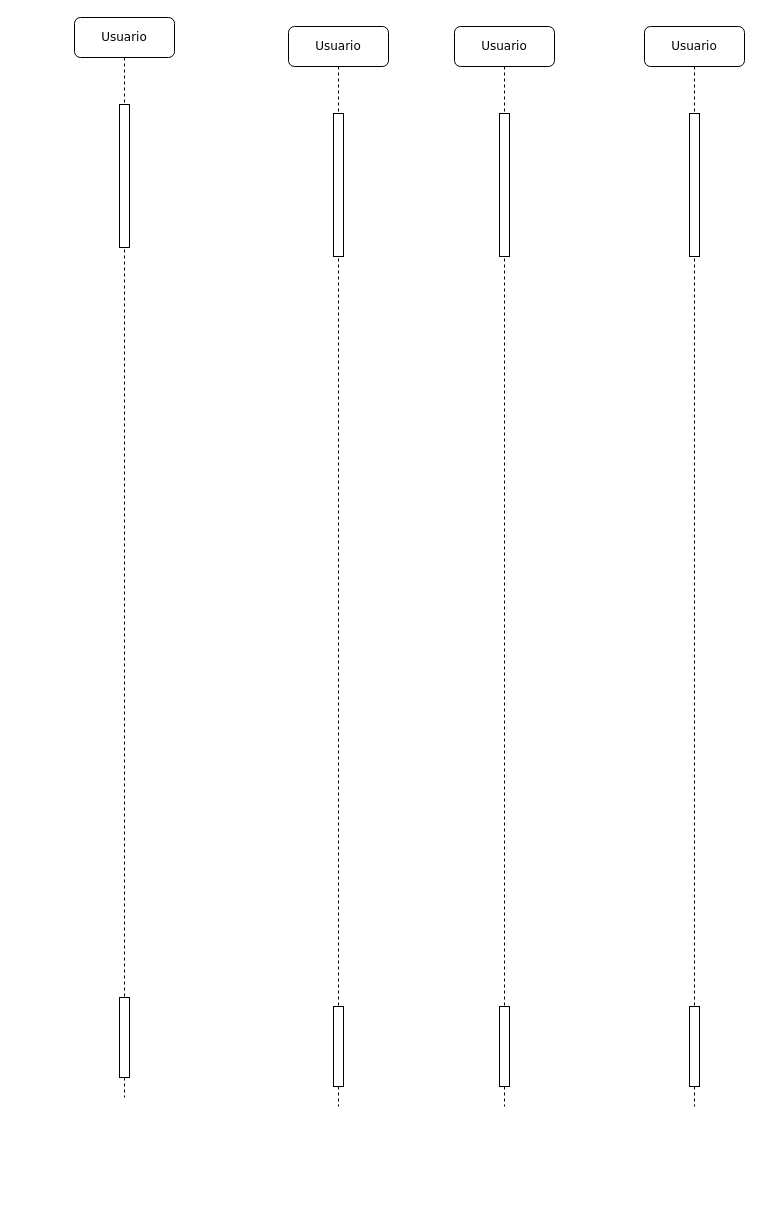
Before: page "Página-2" (2 of 2) of Diagramas secuencia/ secuencia_modulo_entes.drawio in MirroringCode/diagramas-del-csm, a draw.io diagram. Source tidied: cells renumbered, new cells numbered last; positions are measured from the earlier drawing's top-left corner, leaving out a move shared by most shapes. Both pictures are drawn from the tidied source at 100%, with x=0, y=0 at pixel (74, 17).
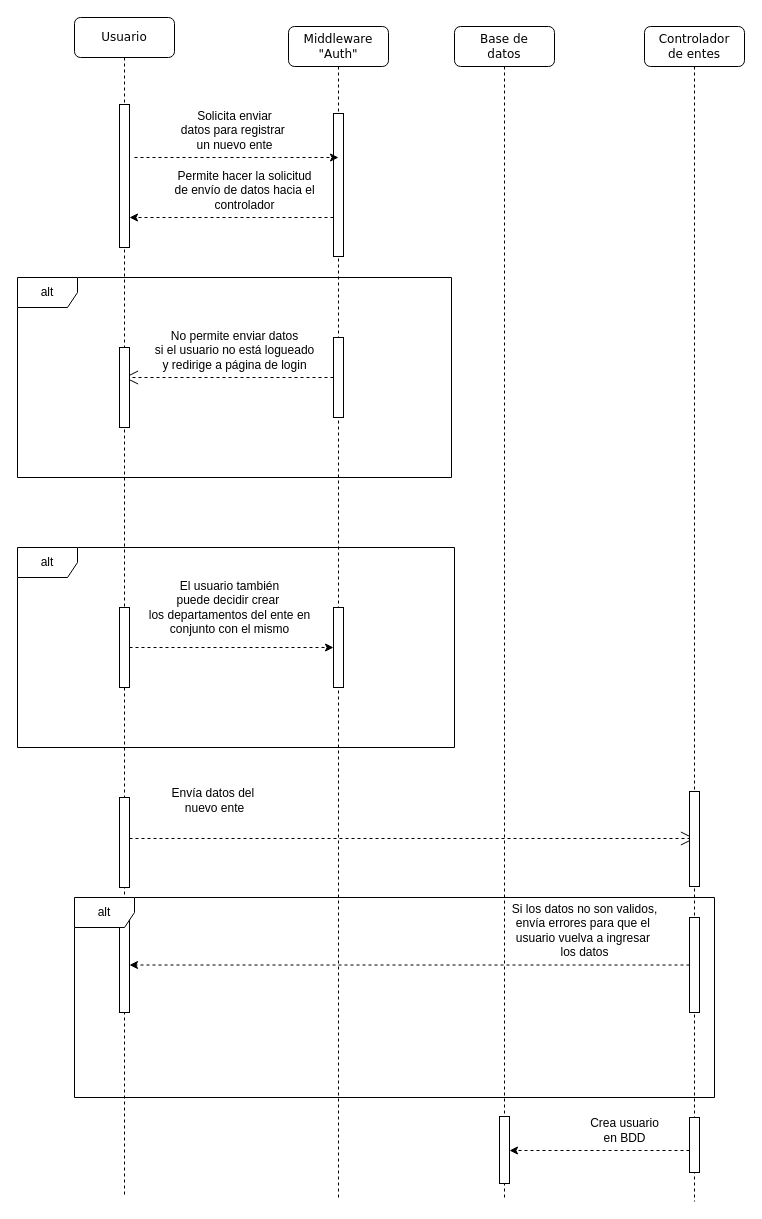
Above is the later version.

Commit message:
[actualizar] agregado secuencia creacion ente  secuencia_modulo_entes.drawio

What changed in the source:
```diff
@@
     <mxCell id="2" value="Usuario" style="shape=umlLifeline;perimeter=lifelinePerimeter;whiteSpace=wrap;html=1;outlineConnect=0;rounded=1;shadow=0;comic=0;labelBackgroundColor=none;strokeWidth=1;fontFamily=Verdana;fontSize=12;align=center;" parent="1" vertex="1">
-      <mxGeometry width="100" height="1080" as="geometry" />
+      <mxGeometry width="100" height="1180" as="geometry" />
     </mxCell>
@@
-    <mxCell id="5" style="html=1;perimeter=orthogonalPerimeter;targetShapes=umlLifeline;newEdgeStyle={&quot;curved&quot;:0,&quot;rounded&quot;:0};" parent="2" vertex="1">
-      <mxGeometry x="45" y="980" width="10" height="80" as="geometry" />
-    </mxCell>
+    <mxCell id="18" style="html=1;perimeter=orthogonalPerimeter;targetShapes=umlLifeline;newEdgeStyle={&quot;curved&quot;:0,&quot;rounded&quot;:0};" parent="2" vertex="1">
+      <mxGeometry x="45" y="780" width="10" height="90" as="geometry" />
+    </mxCell>
+    <mxCell id="19" style="html=1;points=[[0,0,0,0,5],[0,1,0,0,-5],[1,0,0,0,5],[1,1,0,0,-5]];perimeter=orthogonalPerimeter;outlineConnect=0;targetShapes=umlLifeline;portConstraint=eastwest;newEdgeStyle={&quot;curved&quot;:0,&quot;rounded&quot;:0};" parent="2" vertex="1">
+      <mxGeometry x="45" y="900" width="10" height="95" as="geometry" />
+    </mxCell>
-    <mxCell id="6" value="Usuario" style="shape=umlLifeline;perimeter=lifelinePerimeter;whiteSpace=wrap;html=1;outlineConnect=0;rounded=1;shadow=0;comic=0;labelBackgroundColor=none;strokeWidth=1;fontFamily=Verdana;fontSize=12;align=center;" parent="1" vertex="1">
-      <mxGeometry x="214" y="9" width="100" height="1080" as="geometry" />
+    <mxCell id="6" value="Middleware&lt;div&gt;&quot;Auth&quot;&lt;/div&gt;" style="shape=umlLifeline;perimeter=lifelinePerimeter;whiteSpace=wrap;html=1;outlineConnect=0;rounded=1;shadow=0;comic=0;labelBackgroundColor=none;strokeWidth=1;fontFamily=Verdana;fontSize=12;align=center;" parent="1" vertex="1">
+      <mxGeometry x="214" y="9" width="100" height="1171" as="geometry" />
     </mxCell>
@@
-    <mxCell id="9" style="html=1;perimeter=orthogonalPerimeter;targetShapes=umlLifeline;newEdgeStyle={&quot;curved&quot;:0,&quot;rounded&quot;:0};" parent="6" vertex="1">
-      <mxGeometry x="45" y="980" width="10" height="80" as="geometry" />
-    </mxCell>
-    <mxCell id="10" value="Usuario" style="shape=umlLifeline;perimeter=lifelinePerimeter;whiteSpace=wrap;html=1;outlineConnect=0;rounded=1;shadow=0;comic=0;labelBackgroundColor=none;strokeWidth=1;fontFamily=Verdana;fontSize=12;align=center;" parent="1" vertex="1">
-      <mxGeometry x="380" y="9" width="100" height="1080" as="geometry" />
+    <mxCell id="10" value="Base de&lt;div&gt;datos&lt;/div&gt;" style="shape=umlLifeline;perimeter=lifelinePerimeter;whiteSpace=wrap;html=1;outlineConnect=0;rounded=1;shadow=0;comic=0;labelBackgroundColor=none;strokeWidth=1;fontFamily=Verdana;fontSize=12;align=center;" parent="1" vertex="1">
+      <mxGeometry x="380" y="9" width="100" height="1171" as="geometry" />
     </mxCell>
-    <mxCell id="11" style="html=1;points=[[0,0,0,0,5],[0,1,0,0,-5],[1,0,0,0,5],[1,1,0,0,-5]];perimeter=orthogonalPerimeter;outlineConnect=0;targetShapes=umlLifeline;portConstraint=eastwest;newEdgeStyle={&quot;curved&quot;:0,&quot;rounded&quot;:0};" parent="10" vertex="1">
-      <mxGeometry x="45" y="87" width="10" height="143" as="geometry" />
-    </mxCell>
-    <mxCell id="12" style="endArrow=classic;html=1;rounded=0;dashed=1;" parent="10" edge="1" source="11" target="10">
-      <mxGeometry relative="1" as="geometry" />
+    <mxCell id="12" style="endArrow=classic;html=1;rounded=0;dashed=1;" parent="10" edge="1" target="10">
+      <mxGeometry relative="1" as="geometry">
+        <mxPoint x="49.5" y="158.5" as="sourcePoint" />
+      </mxGeometry>
     </mxCell>
-    <mxCell id="13" style="html=1;perimeter=orthogonalPerimeter;targetShapes=umlLifeline;newEdgeStyle={&quot;curved&quot;:0,&quot;rounded&quot;:0};" parent="10" vertex="1">
-      <mxGeometry x="45" y="980" width="10" height="80" as="geometry" />
-    </mxCell>
+    <mxCell id="20" style="endArrow=open;endFill=1;endSize=12;html=1;rounded=0;dashed=1;" parent="10" edge="1">
+      <mxGeometry relative="1" as="geometry">
+        <mxPoint x="-325" y="812" as="sourcePoint" />
+        <mxPoint x="240.5" y="812" as="targetPoint" />
+      </mxGeometry>
+    </mxCell>
+    <mxCell id="21" style="html=1;points=[[0,0,0,0,5],[0,1,0,0,-5],[1,0,0,0,5],[1,1,0,0,-5]];perimeter=orthogonalPerimeter;outlineConnect=0;targetShapes=umlLifeline;portConstraint=eastwest;newEdgeStyle={&quot;curved&quot;:0,&quot;rounded&quot;:0};" parent="10" vertex="1">
+      <mxGeometry x="45" y="1090" width="10" height="67" as="geometry" />
+    </mxCell>
-    <mxCell id="14" value="Usuario" style="shape=umlLifeline;perimeter=lifelinePerimeter;whiteSpace=wrap;html=1;outlineConnect=0;rounded=1;shadow=0;comic=0;labelBackgroundColor=none;strokeWidth=1;fontFamily=Verdana;fontSize=12;align=center;" parent="1" vertex="1">
-      <mxGeometry x="570" y="9" width="100" height="1080" as="geometry" />
+    <mxCell id="14" value="Controlador&lt;div&gt;de entes&lt;/div&gt;" style="shape=umlLifeline;perimeter=lifelinePerimeter;whiteSpace=wrap;html=1;outlineConnect=0;rounded=1;shadow=0;comic=0;labelBackgroundColor=none;strokeWidth=1;fontFamily=Verdana;fontSize=12;align=center;" parent="1" vertex="1">
+      <mxGeometry x="570" y="9" width="100" height="1175" as="geometry" />
     </mxCell>
     <mxCell id="15" style="html=1;points=[[0,0,0,0,5],[0,1,0,0,-5],[1,0,0,0,5],[1,1,0,0,-5]];perimeter=orthogonalPerimeter;outlineConnect=0;targetShapes=umlLifeline;portConstraint=eastwest;newEdgeStyle={&quot;curved&quot;:0,&quot;rounded&quot;:0};" parent="14" vertex="1">
-      <mxGeometry x="45" y="87" width="10" height="143" as="geometry" />
+      <mxGeometry x="45" y="765" width="10" height="95" as="geometry" />
     </mxCell>
@@
-    <mxCell id="17" style="html=1;perimeter=orthogonalPerimeter;targetShapes=umlLifeline;newEdgeStyle={&quot;curved&quot;:0,&quot;rounded&quot;:0};" parent="14" vertex="1">
-      <mxGeometry x="45" y="980" width="10" height="80" as="geometry" />
-    </mxCell>
+    <mxCell id="22" style="html=1;points=[[0,0,0,0,5],[0,1,0,0,-5],[1,0,0,0,5],[1,1,0,0,-5]];perimeter=orthogonalPerimeter;outlineConnect=0;targetShapes=umlLifeline;portConstraint=eastwest;newEdgeStyle={&quot;curved&quot;:0,&quot;rounded&quot;:0};" parent="14" vertex="1">
+      <mxGeometry x="45" y="891" width="10" height="95" as="geometry" />
+    </mxCell>
+    <mxCell id="23" style="html=1;points=[[0,0,0,0,5],[0,1,0,0,-5],[1,0,0,0,5],[1,1,0,0,-5]];perimeter=orthogonalPerimeter;outlineConnect=0;targetShapes=umlLifeline;portConstraint=eastwest;newEdgeStyle={&quot;curved&quot;:0,&quot;rounded&quot;:0};" parent="14" vertex="1">
+      <mxGeometry x="45" y="1091" width="10" height="55" as="geometry" />
+    </mxCell>
+    <mxCell id="24" style="edgeStyle=orthogonalEdgeStyle;rounded=0;orthogonalLoop=1;jettySize=auto;html=1;curved=0;dashed=1;" parent="1" edge="1">
+      <mxGeometry relative="1" as="geometry">
+        <mxPoint x="60" y="140" as="sourcePoint" />
+        <mxPoint x="264" y="140" as="targetPoint" />
+        <Array as="points">
+          <mxPoint x="205" y="140.5" />
+          <mxPoint x="205" y="140.5" />
+        </Array>
+      </mxGeometry>
+    </mxCell>
+    <mxCell id="25" value="Solicita enviar&lt;div&gt;datos para registrar&amp;nbsp;&lt;/div&gt;&lt;div&gt;un nuevo ente&lt;/div&gt;" style="text;html=1;align=center;verticalAlign=middle;strokeColor=none;fillColor=none;" parent="1" vertex="1">
+      <mxGeometry x="95" y="83" width="130" height="60" as="geometry" />
+    </mxCell>
+    <mxCell id="26" style="edgeStyle=orthogonalEdgeStyle;rounded=0;orthogonalLoop=1;jettySize=auto;html=1;curved=0;dashed=1;" parent="1" edge="1">
+      <mxGeometry relative="1" as="geometry">
+        <mxPoint x="259" y="200" as="sourcePoint" />
+        <mxPoint x="55" y="200" as="targetPoint" />
+        <Array as="points">
+          <mxPoint x="110" y="200.5" />
+          <mxPoint x="110" y="200.5" />
+        </Array>
+      </mxGeometry>
+    </mxCell>
+    <mxCell id="27" value="Permite hacer la solicitud&lt;div&gt;de envío de datos hacia el&lt;/div&gt;&lt;div&gt;controlador&lt;/div&gt;" style="text;html=1;align=center;verticalAlign=middle;strokeColor=none;fillColor=none;" parent="1" vertex="1">
+      <mxGeometry x="90" y="143" width="160" height="60" as="geometry" />
+    </mxCell>
+    <mxCell id="28" value="alt" style="shape=umlFrame;whiteSpace=wrap;html=1;" parent="1" vertex="1">
+      <mxGeometry x="-57" y="260" width="434" height="200" as="geometry" />
+    </mxCell>
+    <mxCell id="29" style="html=1;points=[[0,0,0,0,5],[0,1,0,0,-5],[1,0,0,0,5],[1,1,0,0,-5]];perimeter=orthogonalPerimeter;outlineConnect=0;targetShapes=umlLifeline;portConstraint=eastwest;newEdgeStyle={&quot;curved&quot;:0,&quot;rounded&quot;:0};" parent="1" vertex="1">
+      <mxGeometry x="259" y="320" width="10" height="80" as="geometry" />
+    </mxCell>
+    <mxCell id="30" style="endArrow=open;endFill=1;endSize=12;html=1;rounded=0;dashed=1;" parent="1" edge="1" source="29" target="2">
+      <mxGeometry relative="1" as="geometry" />
+    </mxCell>
+    <mxCell id="31" value="No permite enviar datos&lt;div&gt;si el usuario no está logueado&lt;/div&gt;&lt;div&gt;y redirige a página de login&lt;/div&gt;" style="text;html=1;align=center;verticalAlign=middle;strokeColor=none;fillColor=none;" parent="1" vertex="1">
+      <mxGeometry x="70" y="303" width="180" height="60" as="geometry" />
+    </mxCell>
+    <mxCell id="32" value="alt" style="shape=umlFrame;whiteSpace=wrap;html=1;" parent="1" vertex="1">
+      <mxGeometry x="-57" y="530" width="437" height="200" as="geometry" />
+    </mxCell>
+    <mxCell id="33" style="html=1;perimeter=orthogonalPerimeter;targetShapes=umlLifeline;newEdgeStyle={&quot;curved&quot;:0,&quot;rounded&quot;:0};" parent="1" vertex="1">
+      <mxGeometry x="45" y="330" width="10" height="80" as="geometry" />
+    </mxCell>
+    <mxCell id="34" style="edgeStyle=orthogonalEdgeStyle;rounded=0;jettySize=auto;html=1;curved=0;dashed=1;" parent="1" edge="1" source="35" target="36">
+      <mxGeometry relative="1" as="geometry" />
+    </mxCell>
+    <mxCell id="35" style="html=1;points=[[0,0,0,0,5],[0,1,0,0,-5],[1,0,0,0,5],[1,1,0,0,-5]];perimeter=orthogonalPerimeter;outlineConnect=0;targetShapes=umlLifeline;portConstraint=eastwest;newEdgeStyle={&quot;curved&quot;:0,&quot;rounded&quot;:0};" parent="1" vertex="1">
+      <mxGeometry x="45" y="590" width="10" height="80" as="geometry" />
+    </mxCell>
+    <mxCell id="36" style="html=1;points=[[0,0,0,0,5],[0,1,0,0,-5],[1,0,0,0,5],[1,1,0,0,-5]];perimeter=orthogonalPerimeter;outlineConnect=0;targetShapes=umlLifeline;portConstraint=eastwest;newEdgeStyle={&quot;curved&quot;:0,&quot;rounded&quot;:0};" parent="1" vertex="1">
+      <mxGeometry x="259" y="590" width="10" height="80" as="geometry" />
+    </mxCell>
+    <mxCell id="37" value="El usuario también&lt;div&gt;puede decidir crear&amp;nbsp;&lt;/div&gt;&lt;div&gt;los departamentos del ente en&lt;/div&gt;&lt;div&gt;conjunto con el mismo&lt;/div&gt;" style="text;html=1;align=center;verticalAlign=middle;strokeColor=none;fillColor=none;" parent="1" vertex="1">
+      <mxGeometry x="65" y="555" width="180" height="70" as="geometry" />
+    </mxCell>
+    <mxCell id="38" value="Envía datos del&amp;nbsp;&lt;div&gt;nuevo ente&lt;/div&gt;" style="text;html=1;align=center;verticalAlign=middle;strokeColor=none;fillColor=none;" parent="1" vertex="1">
+      <mxGeometry x="85" y="763" width="110" height="40" as="geometry" />
+    </mxCell>
+    <mxCell id="39" value="alt" style="shape=umlFrame;whiteSpace=wrap;html=1;" parent="1" vertex="1">
+      <mxGeometry y="880" width="640" height="200" as="geometry" />
+    </mxCell>
+    <mxCell id="40" style="edgeStyle=orthogonalEdgeStyle;rounded=0;jettySize=auto;html=1;curved=0;dashed=1;" parent="1" edge="1" source="22" target="19">
+      <mxGeometry relative="1" as="geometry" />
+    </mxCell>
+    <mxCell id="41" value="Si los datos no son validos,&lt;div&gt;envía errores para que el&amp;nbsp;&lt;/div&gt;&lt;div&gt;usuario vuelva a ingresar&amp;nbsp;&lt;/div&gt;&lt;div&gt;los datos&lt;/div&gt;" style="text;html=1;align=center;verticalAlign=middle;strokeColor=none;fillColor=none;" parent="1" vertex="1">
+      <mxGeometry x="425" y="878" width="170" height="70" as="geometry" />
+    </mxCell>
+    <mxCell id="42" style="edgeStyle=orthogonalEdgeStyle;rounded=0;jettySize=auto;html=1;curved=0;dashed=1;" parent="1" edge="1" source="23" target="21">
+      <mxGeometry relative="1" as="geometry">
+        <Array as="points">
+          <mxPoint x="570" y="1133" />
+          <mxPoint x="570" y="1133" />
+        </Array>
+      </mxGeometry>
+    </mxCell>
+    <mxCell id="43" value="Crea usuario&lt;div&gt;en BDD&lt;/div&gt;" style="text;html=1;align=center;verticalAlign=middle;strokeColor=none;fillColor=none;" parent="1" vertex="1">
+      <mxGeometry x="505" y="1093" width="90" height="40" as="geometry" />
+    </mxCell>
```
